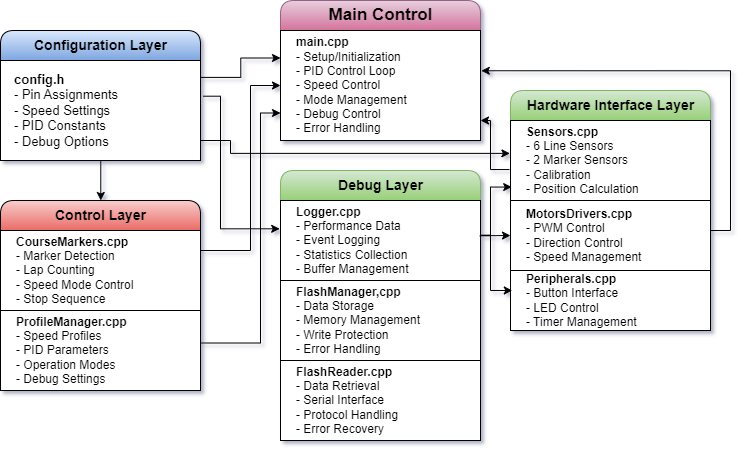
Above: Docs/_output/images/blockDiag.png in frankalcantara/LineFollower (draw.io), before the change. Source tidied: cells renumbered, new cells last; positions are measured from the earlier drawing's top-left corner, leaving out a move shared by most shapes.
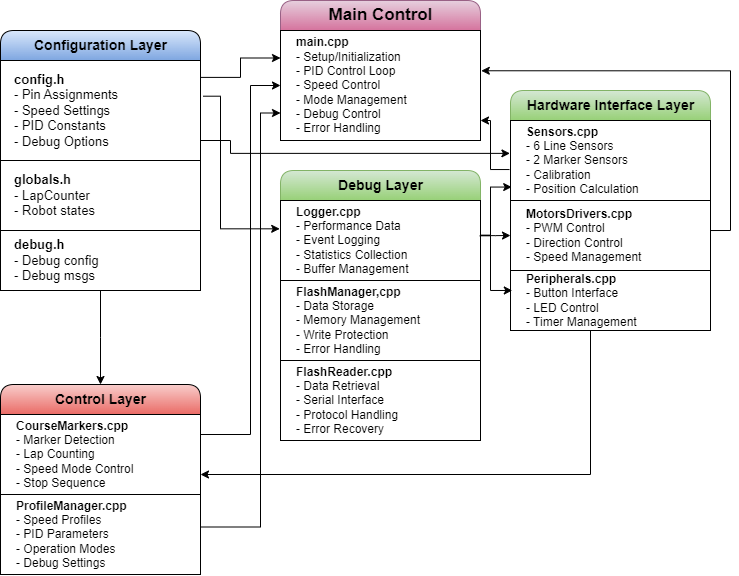
Above is the later version.

What changed in the source:
```diff
@@ -3,124 +3,137 @@
     <mxCell id="0" />
     <mxCell id="1" parent="0" />
     <mxCell id="2" value="Configuration Layer" style="swimlane;fontStyle=1;horizontal=1;startSize=30;fillColor=#dae8fc;html=1;gradientColor=#7ea6e0;strokeColor=default;fontSize=14;shadow=0;rounded=1;" parent="1" vertex="1">
-      <mxGeometry y="30" width="200" height="130" as="geometry" />
+      <mxGeometry y="30" width="200" height="260" as="geometry" />
     </mxCell>
     <mxCell id="3" value="&lt;b&gt;config.h&lt;br&gt;&lt;/b&gt;- Pin Assignments&lt;br&gt;- Speed Settings&lt;br&gt;- PID Constants&lt;br&gt;- Debug Options" style="rounded=0;whiteSpace=wrap;html=1;align=left;spacingLeft=12;fontSize=13;" parent="2" vertex="1">
       <mxGeometry y="30" width="200" height="100" as="geometry" />
     </mxCell>
-    <mxCell id="4" value="Hardware Interface Layer" style="swimlane;fontStyle=1;horizontal=1;startSize=30;fillColor=#d5e8d4;html=1;gradientColor=#97d077;strokeColor=#82b366;fontSize=14;rounded=1;" parent="1" vertex="1">
-      <mxGeometry x="510" y="90" width="200" height="240" as="geometry" />
+    <mxCell id="4" value="&lt;b style=&quot;border-color: var(--border-color);&quot;&gt;globals.h&lt;br style=&quot;border-color: var(--border-color);&quot;&gt;&lt;/b&gt;- LapCounter&lt;br style=&quot;border-color: var(--border-color);&quot;&gt;- Robot states" style="rounded=0;whiteSpace=wrap;html=1;align=left;spacingLeft=12;fontSize=13;" parent="2" vertex="1">
+      <mxGeometry y="130" width="200" height="70" as="geometry" />
     </mxCell>
-    <mxCell id="5" value="&lt;b&gt;Sensors.cpp&lt;/b&gt;&lt;br&gt;- 6 Line Sensors&lt;br&gt;- 2 Marker Sensors&lt;br&gt;- Calibration&lt;br&gt;- Position Calculation" style="rounded=0;whiteSpace=wrap;html=1;align=left;spacingLeft=14;" parent="4" vertex="1">
-      <mxGeometry y="30" width="200" height="80" as="geometry" />
+    <mxCell id="5" value="&lt;b style=&quot;border-color: var(--border-color);&quot;&gt;debug.h&lt;br style=&quot;border-color: var(--border-color);&quot;&gt;&lt;/b&gt;- Debug config&lt;br style=&quot;border-color: var(--border-color);&quot;&gt;- Debug msgs&amp;nbsp;" style="rounded=0;whiteSpace=wrap;html=1;align=left;spacingLeft=12;fontSize=13;" parent="2" vertex="1">
+      <mxGeometry y="200" width="200" height="60" as="geometry" />
     </mxCell>
-    <mxCell id="6" value="&lt;b&gt;MotorsDrivers.cpp&lt;/b&gt;&lt;br&gt;- PWM Control&lt;br&gt;- Direction Control&lt;br&gt;- Speed Management" style="rounded=0;whiteSpace=wrap;html=1;align=left;spacingLeft=14;" parent="4" vertex="1">
-      <mxGeometry y="110" width="200" height="70" as="geometry" />
+    <mxCell id="6" value="Hardware Interface Layer" style="swimlane;fontStyle=1;horizontal=1;startSize=30;fillColor=#d5e8d4;html=1;gradientColor=#97d077;strokeColor=#82b366;fontSize=14;rounded=1;" parent="1" vertex="1">
+      <mxGeometry x="510" y="90" width="200" height="240" as="geometry" />
     </mxCell>
-    <mxCell id="7" value="&lt;b&gt;Peripherals.cpp&lt;br&gt;&lt;/b&gt;- Button Interface&lt;br&gt;- LED Control&lt;br&gt;- Timer Management" style="rounded=0;whiteSpace=wrap;html=1;align=left;spacingLeft=14;" parent="4" vertex="1">
-      <mxGeometry y="180" width="200" height="60" as="geometry" />
+    <mxCell id="7" value="&lt;b&gt;Sensors.cpp&lt;/b&gt;&lt;br&gt;- 6 Line Sensors&lt;br&gt;- 2 Marker Sensors&lt;br&gt;- Calibration&lt;br&gt;- Position Calculation" style="rounded=0;whiteSpace=wrap;html=1;align=left;spacingLeft=14;" parent="6" vertex="1">
+      <mxGeometry y="30" width="200" height="80" as="geometry" />
     </mxCell>
-    <mxCell id="8" value="Control Layer" style="swimlane;fontStyle=1;horizontal=1;startSize=30;fillColor=#f8cecc;html=1;gradientColor=#ea6b66;strokeColor=default;fontSize=14;rounded=1;" parent="1" vertex="1">
-      <mxGeometry y="200" width="200" height="190" as="geometry" />
+    <mxCell id="8" value="&lt;b&gt;MotorsDrivers.cpp&lt;/b&gt;&lt;br&gt;- PWM Control&lt;br&gt;- Direction Control&lt;br&gt;- Speed Management" style="rounded=0;whiteSpace=wrap;html=1;align=left;spacingLeft=14;" parent="6" vertex="1">
+      <mxGeometry y="110" width="200" height="70" as="geometry" />
     </mxCell>
-    <mxCell id="9" value="&lt;b&gt;CourseMarkers.cpp&lt;br&gt;&lt;/b&gt;- Marker Detection&lt;br&gt;- Lap Counting&lt;br&gt;- Speed Mode Control&lt;br&gt;- Stop Sequence" style="rounded=0;whiteSpace=wrap;html=1;align=left;spacingLeft=14;" parent="8" vertex="1">
-      <mxGeometry y="30" width="200" height="80" as="geometry" />
+    <mxCell id="9" value="&lt;b&gt;Peripherals.cpp&lt;br&gt;&lt;/b&gt;- Button Interface&lt;br&gt;- LED Control&lt;br&gt;- Timer Management" style="rounded=0;whiteSpace=wrap;html=1;align=left;spacingLeft=14;" parent="6" vertex="1">
+      <mxGeometry y="180" width="200" height="60" as="geometry" />
     </mxCell>
-    <mxCell id="10" value="&lt;b&gt;ProfileManager.cpp&lt;/b&gt;&lt;br&gt;- Speed Profiles&lt;br&gt;- PID Parameters&lt;br&gt;- Operation Modes&lt;br&gt;- Debug Settings" style="rounded=0;whiteSpace=wrap;html=1;align=left;spacingLeft=14;" parent="8" vertex="1">
-      <mxGeometry y="110" width="200" height="80" as="geometry" />
+    <mxCell id="10" value="Control Layer" style="swimlane;fontStyle=1;horizontal=1;startSize=30;fillColor=#f8cecc;html=1;gradientColor=#ea6b66;strokeColor=default;fontSize=14;rounded=1;" parent="1" vertex="1">
+      <mxGeometry y="384" width="200" height="190" as="geometry" />
     </mxCell>
-    <mxCell id="11" value="Debug Layer" style="swimlane;fontStyle=1;horizontal=1;startSize=30;fillColor=#d5e8d4;html=1;gradientColor=#97d077;strokeColor=#82b366;fontSize=14;rounded=1;" parent="1" vertex="1">
-      <mxGeometry x="280" y="170" width="200" height="270" as="geometry" />
+    <mxCell id="11" value="&lt;b&gt;CourseMarkers.cpp&lt;br&gt;&lt;/b&gt;- Marker Detection&lt;br&gt;- Lap Counting&lt;br&gt;- Speed Mode Control&lt;br&gt;- Stop Sequence" style="rounded=0;whiteSpace=wrap;html=1;align=left;spacingLeft=14;" parent="10" vertex="1">
+      <mxGeometry y="30" width="200" height="80" as="geometry" />
     </mxCell>
-    <mxCell id="12" value="&lt;b&gt;Logger.cpp&lt;/b&gt;&lt;br&gt;- Performance Data&lt;br&gt;- Event Logging&lt;br&gt;- Statistics Collection&lt;br&gt;- Buffer Management" style="rounded=0;whiteSpace=wrap;html=1;align=left;spacingLeft=14;" parent="11" vertex="1">
-      <mxGeometry y="30" width="200" height="80" as="geometry" />
+    <mxCell id="12" value="&lt;b&gt;ProfileManager.cpp&lt;/b&gt;&lt;br&gt;- Speed Profiles&lt;br&gt;- PID Parameters&lt;br&gt;- Operation Modes&lt;br&gt;- Debug Settings" style="rounded=0;whiteSpace=wrap;html=1;align=left;spacingLeft=14;" parent="10" vertex="1">
+      <mxGeometry y="110" width="200" height="80" as="geometry" />
     </mxCell>
-    <mxCell id="13" value="&lt;b&gt;FlashManager,cpp&lt;/b&gt;&lt;br&gt;- Data Storage&lt;br&gt;- Memory Management&lt;br&gt;- Write Protection&lt;br&gt;- Error Handling" style="rounded=0;whiteSpace=wrap;html=1;align=left;spacingLeft=14;" parent="11" vertex="1">
-      <mxGeometry y="110" width="200" height="80" as="geometry" />
+    <mxCell id="13" value="Debug Layer" style="swimlane;fontStyle=1;horizontal=1;startSize=30;fillColor=#d5e8d4;html=1;gradientColor=#97d077;strokeColor=#82b366;fontSize=14;rounded=1;" parent="1" vertex="1">
+      <mxGeometry x="280" y="170" width="200" height="270" as="geometry" />
     </mxCell>
-    <mxCell id="14" value="&lt;b&gt;FlashReader.cpp&lt;/b&gt;&lt;br&gt;- Data Retrieval&lt;br&gt;- Serial Interface&lt;br&gt;- Protocol Handling&lt;br&gt;- Error Recovery" style="rounded=0;whiteSpace=wrap;html=1;align=left;spacingLeft=14;" parent="11" vertex="1">
-      <mxGeometry y="190" width="200" height="80" as="geometry" />
+    <mxCell id="14" value="&lt;b&gt;Logger.cpp&lt;/b&gt;&lt;br&gt;- Performance Data&lt;br&gt;- Event Logging&lt;br&gt;- Statistics Collection&lt;br&gt;- Buffer Management" style="rounded=0;whiteSpace=wrap;html=1;align=left;spacingLeft=14;" parent="13" vertex="1">
+      <mxGeometry y="30" width="200" height="80" as="geometry" />
     </mxCell>
-    <mxCell id="15" value="Main Control" style="swimlane;fontStyle=1;horizontal=1;startSize=30;fillColor=#e6d0de;html=1;swimlaneLine=0;gradientColor=#d5739d;strokeColor=#996185;fontSize=17;labelBorderColor=none;rounded=1;" parent="1" vertex="1">
-      <mxGeometry x="280" width="200" height="140" as="geometry" />
+    <mxCell id="15" value="&lt;b&gt;FlashManager,cpp&lt;/b&gt;&lt;br&gt;- Data Storage&lt;br&gt;- Memory Management&lt;br&gt;- Write Protection&lt;br&gt;- Error Handling" style="rounded=0;whiteSpace=wrap;html=1;align=left;spacingLeft=14;" parent="13" vertex="1">
+      <mxGeometry y="110" width="200" height="80" as="geometry" />
     </mxCell>
-    <mxCell id="16" value="&lt;b&gt;main.cpp&lt;/b&gt;&lt;br&gt;- Setup/Initialization&lt;br&gt;- PID Control Loop&lt;br&gt;- Speed Control&lt;br&gt;- Mode Management&lt;br&gt;- Debug Control&lt;br&gt;- Error Handling" style="rounded=0;whiteSpace=wrap;html=1;align=left;spacingLeft=14;" parent="15" vertex="1">
-      <mxGeometry y="30" width="200" height="110" as="geometry" />
+    <mxCell id="16" value="&lt;b&gt;FlashReader.cpp&lt;/b&gt;&lt;br&gt;- Data Retrieval&lt;br&gt;- Serial Interface&lt;br&gt;- Protocol Handling&lt;br&gt;- Error Recovery" style="rounded=0;whiteSpace=wrap;html=1;align=left;spacingLeft=14;" parent="13" vertex="1">
+      <mxGeometry y="190" width="200" height="80" as="geometry" />
     </mxCell>
-    <mxCell id="17" style="edgeStyle=elbowEdgeStyle;rounded=0;jettySize=auto;html=1;exitX=1.001;exitY=0.169;entryX=0;entryY=0.25;exitDx=0;exitDy=0;exitPerimeter=0;" parent="1" edge="1" source="3" target="16">
-      <mxGeometry relative="1" as="geometry" />
+    <mxCell id="17" value="Main Control" style="swimlane;fontStyle=1;horizontal=1;startSize=30;fillColor=#e6d0de;html=1;swimlaneLine=0;gradientColor=#d5739d;strokeColor=#996185;fontSize=17;labelBorderColor=none;rounded=1;" parent="1" vertex="1">
+      <mxGeometry x="280" width="200" height="140" as="geometry" />
     </mxCell>
-    <mxCell id="18" style="rounded=0;jettySize=auto;html=1;exitX=-0.005;exitY=0.613;exitDx=0;exitDy=0;exitPerimeter=0;edgeStyle=elbowEdgeStyle;" parent="1" edge="1" source="5">
-      <mxGeometry x="-0.14" y="5" relative="1" as="geometry">
-        <mxPoint x="480" y="120" as="targetPoint" />
-        <Array as="points">
-          <mxPoint x="490" y="160" />
-        </Array>
-      </mxGeometry>
+    <mxCell id="18" value="&lt;b&gt;main.cpp&lt;/b&gt;&lt;br&gt;- Setup/Initialization&lt;br&gt;- PID Control Loop&lt;br&gt;- Speed Control&lt;br&gt;- Mode Management&lt;br&gt;- Debug Control&lt;br&gt;- Error Handling" style="rounded=0;whiteSpace=wrap;html=1;align=left;spacingLeft=14;" parent="17" vertex="1">
+      <mxGeometry y="30" width="200" height="110" as="geometry" />
     </mxCell>
-    <mxCell id="19" style="edgeStyle=orthogonalEdgeStyle;rounded=0;jettySize=auto;html=1;exitX=1;exitY=0.429;entryX=1.004;entryY=0.366;entryDx=0;entryDy=0;entryPerimeter=0;exitDx=0;exitDy=0;exitPerimeter=0;" parent="1" edge="1" source="6" target="16">
-      <mxGeometry relative="1" as="geometry">
-        <Array as="points">
-          <mxPoint x="730" y="230" />
-          <mxPoint x="730" y="70" />
-        </Array>
-      </mxGeometry>
+    <mxCell id="19" style="edgeStyle=elbowEdgeStyle;rounded=0;jettySize=auto;html=1;exitX=1.001;exitY=0.169;entryX=0;entryY=0.25;exitDx=0;exitDy=0;exitPerimeter=0;" parent="1" edge="1" source="3" target="18">
+      <mxGeometry relative="1" as="geometry" />
     </mxCell>
-    <mxCell id="20" style="rounded=0;jettySize=auto;html=1;exitX=1;exitY=0.75;entryX=0;entryY=0.75;entryDx=0;entryDy=0;edgeStyle=elbowEdgeStyle;exitDx=0;exitDy=0;" parent="1" edge="1" source="8" target="16">
-      <mxGeometry relative="1" as="geometry">
+    <mxCell id="20" style="rounded=0;jettySize=auto;html=1;exitX=-0.005;exitY=0.613;exitDx=0;exitDy=0;exitPerimeter=0;edgeStyle=elbowEdgeStyle;" parent="1" edge="1" source="7">
+      <mxGeometry x="-0.14" y="5" relative="1" as="geometry">
+        <mxPoint x="480" y="120" as="targetPoint" />
         <Array as="points">
-          <mxPoint x="260" y="310" />
-          <mxPoint x="220" y="330" />
+          <mxPoint x="490" y="160" />
         </Array>
       </mxGeometry>
     </mxCell>
-    <mxCell id="21" style="edgeStyle=orthogonalEdgeStyle;rounded=0;jettySize=auto;html=1;exitX=0.5;exitY=1;entryX=0.5;entryY=0;" parent="1" edge="1" source="12" target="13">
-      <mxGeometry relative="1" as="geometry" />
+    <mxCell id="21" style="edgeStyle=orthogonalEdgeStyle;rounded=0;jettySize=auto;html=1;exitX=1;exitY=0.429;entryX=1.004;entryY=0.366;entryDx=0;entryDy=0;entryPerimeter=0;exitDx=0;exitDy=0;exitPerimeter=0;" parent="1" edge="1" source="8" target="18">
+      <mxGeometry relative="1" as="geometry">
+        <Array as="points">
+          <mxPoint x="730" y="230" />
+          <mxPoint x="730" y="70" />
+        </Array>
+      </mxGeometry>
     </mxCell>
-    <mxCell id="22" style="edgeStyle=orthogonalEdgeStyle;rounded=0;jettySize=auto;html=1;exitX=0.5;exitY=0;entryX=0.5;entryY=1;" parent="1" edge="1" source="14" target="13">
-      <mxGeometry relative="1" as="geometry" />
+    <mxCell id="22" style="rounded=0;jettySize=auto;html=1;exitX=1;exitY=0.75;entryX=0;entryY=0.75;entryDx=0;entryDy=0;edgeStyle=elbowEdgeStyle;exitDx=0;exitDy=0;" parent="1" edge="1" source="10" target="18">
+      <mxGeometry relative="1" as="geometry">
+        <Array as="points">
+          <mxPoint x="260" y="310" />
+          <mxPoint x="220" y="330" />
+        </Array>
+      </mxGeometry>
     </mxCell>
-    <mxCell id="23" style="edgeStyle=elbowEdgeStyle;rounded=0;jettySize=auto;html=1;exitX=1;exitY=0.25;entryX=0;entryY=0.5;entryDx=0;entryDy=0;exitDx=0;exitDy=0;" parent="1" edge="1" source="9" target="16">
-      <mxGeometry relative="1" as="geometry">
-        <Array as="points">
-          <mxPoint x="250" y="180" />
-        </Array>
-      </mxGeometry>
+    <mxCell id="23" style="edgeStyle=orthogonalEdgeStyle;rounded=0;jettySize=auto;html=1;exitX=0.5;exitY=1;entryX=0.5;entryY=0;" parent="1" edge="1" source="14" target="15">
+      <mxGeometry relative="1" as="geometry" />
     </mxCell>
-    <mxCell id="24" style="edgeStyle=elbowEdgeStyle;rounded=0;jettySize=auto;html=1;entryX=-0.004;entryY=0.354;entryDx=0;entryDy=0;entryPerimeter=0;fontSize=14;fontColor=#FCFCFC;exitX=1.013;exitY=0.357;exitDx=0;exitDy=0;exitPerimeter=0;" parent="1" edge="1" source="3" target="12">
-      <mxGeometry relative="1" as="geometry">
-        <Array as="points">
-          <mxPoint x="220" y="130" />
-        </Array>
-      </mxGeometry>
+    <mxCell id="24" style="edgeStyle=orthogonalEdgeStyle;rounded=0;jettySize=auto;html=1;exitX=0.5;exitY=0;entryX=0.5;entryY=1;" parent="1" edge="1" source="16" target="15">
+      <mxGeometry relative="1" as="geometry" />
     </mxCell>
-    <mxCell id="25" style="edgeStyle=elbowEdgeStyle;rounded=0;jettySize=auto;html=1;entryX=0.5;entryY=0;entryDx=0;entryDy=0;fontSize=14;fontColor=#FCFCFC;" parent="1" edge="1" source="3" target="8">
-      <mxGeometry relative="1" as="geometry" />
+    <mxCell id="25" style="edgeStyle=elbowEdgeStyle;rounded=0;jettySize=auto;html=1;exitX=1;exitY=0.25;entryX=0;entryY=0.5;entryDx=0;entryDy=0;exitDx=0;exitDy=0;" parent="1" edge="1" source="11" target="18">
+      <mxGeometry relative="1" as="geometry">
+        <Array as="points">
+          <mxPoint x="250" y="180" />
+        </Array>
+      </mxGeometry>
     </mxCell>
-    <mxCell id="26" style="edgeStyle=elbowEdgeStyle;rounded=0;jettySize=auto;html=1;entryX=0.006;entryY=0.832;entryDx=0;entryDy=0;entryPerimeter=0;fontSize=14;fontColor=#FCFCFC;exitX=0.999;exitY=0.433;exitDx=0;exitDy=0;exitPerimeter=0;" parent="1" edge="1" source="12" target="5">
+    <mxCell id="26" style="edgeStyle=elbowEdgeStyle;rounded=0;jettySize=auto;html=1;entryX=-0.004;entryY=0.354;entryDx=0;entryDy=0;entryPerimeter=0;fontSize=14;fontColor=#FCFCFC;exitX=1.013;exitY=0.357;exitDx=0;exitDy=0;exitPerimeter=0;" parent="1" edge="1" source="3" target="14">
       <mxGeometry relative="1" as="geometry">
         <Array as="points">
-          <mxPoint x="490" y="230" />
+          <mxPoint x="220" y="130" />
         </Array>
       </mxGeometry>
     </mxCell>
-    <mxCell id="27" style="edgeStyle=elbowEdgeStyle;rounded=0;jettySize=auto;html=1;entryX=0;entryY=0.5;entryDx=0;entryDy=0;fontSize=14;fontColor=#FCFCFC;exitX=0.999;exitY=0.439;exitDx=0;exitDy=0;exitPerimeter=0;" parent="1" edge="1" source="12" target="6">
+    <mxCell id="27" style="edgeStyle=elbowEdgeStyle;rounded=0;jettySize=auto;html=1;entryX=0.5;entryY=0;entryDx=0;entryDy=0;fontSize=14;fontColor=#FCFCFC;exitX=0.5;exitY=1;exitDx=0;exitDy=0;" parent="1" edge="1" source="5" target="10">
       <mxGeometry relative="1" as="geometry" />
     </mxCell>
-    <mxCell id="28" style="edgeStyle=elbowEdgeStyle;rounded=0;jettySize=auto;html=1;entryX=0.009;entryY=0.333;entryDx=0;entryDy=0;entryPerimeter=0;fontSize=14;fontColor=#FCFCFC;exitX=0.996;exitY=0.44;exitDx=0;exitDy=0;exitPerimeter=0;" parent="1" edge="1" source="12" target="7">
+    <mxCell id="28" style="edgeStyle=elbowEdgeStyle;rounded=0;jettySize=auto;html=1;entryX=0.006;entryY=0.832;entryDx=0;entryDy=0;entryPerimeter=0;fontSize=14;fontColor=#FCFCFC;exitX=0.999;exitY=0.433;exitDx=0;exitDy=0;exitPerimeter=0;" parent="1" edge="1" source="14" target="7">
       <mxGeometry relative="1" as="geometry">
         <Array as="points">
-          <mxPoint x="490" y="240" />
-          <mxPoint x="490" y="240" />
+          <mxPoint x="490" y="230" />
         </Array>
       </mxGeometry>
     </mxCell>
-    <mxCell id="29" style="edgeStyle=elbowEdgeStyle;rounded=0;jettySize=auto;html=1;entryX=-0.003;entryY=0.411;entryDx=0;entryDy=0;entryPerimeter=0;fontSize=14;fontColor=#FCFCFC;" parent="1" edge="1" source="3" target="5">
-      <mxGeometry relative="1" as="geometry">
-        <Array as="points">
-          <mxPoint x="230" y="140" />
-        </Array>
-      </mxGeometry>
+    <mxCell id="29" style="edgeStyle=elbowEdgeStyle;rounded=0;jettySize=auto;html=1;entryX=0;entryY=0.5;entryDx=0;entryDy=0;fontSize=14;fontColor=#FCFCFC;exitX=0.999;exitY=0.439;exitDx=0;exitDy=0;exitPerimeter=0;" parent="1" edge="1" source="14" target="8">
+      <mxGeometry relative="1" as="geometry" />
     </mxCell>
+    <mxCell id="30" style="edgeStyle=elbowEdgeStyle;rounded=0;jettySize=auto;html=1;entryX=0.009;entryY=0.333;entryDx=0;entryDy=0;entryPerimeter=0;fontSize=14;fontColor=#FCFCFC;exitX=0.996;exitY=0.44;exitDx=0;exitDy=0;exitPerimeter=0;" parent="1" edge="1" source="14" target="9">
+      <mxGeometry relative="1" as="geometry">
+        <Array as="points">
+          <mxPoint x="490" y="240" />
+          <mxPoint x="490" y="240" />
+        </Array>
+      </mxGeometry>
+    </mxCell>
+    <mxCell id="31" style="edgeStyle=elbowEdgeStyle;rounded=0;jettySize=auto;html=1;entryX=-0.003;entryY=0.411;entryDx=0;entryDy=0;entryPerimeter=0;fontSize=14;fontColor=#FCFCFC;" parent="1" edge="1" source="3" target="7">
+      <mxGeometry relative="1" as="geometry">
+        <Array as="points">
+          <mxPoint x="230" y="140" />
+        </Array>
+      </mxGeometry>
+    </mxCell>
+    <mxCell id="32" style="edgeStyle=elbowEdgeStyle;rounded=0;jettySize=auto;html=1;entryX=1;entryY=0.75;entryDx=0;entryDy=0;fontSize=14;fontColor=#FCFCFC;" parent="1" edge="1" source="9" target="11">
+      <mxGeometry relative="1" as="geometry">
+        <Array as="points">
+          <mxPoint x="590" y="410" />
+        </Array>
+      </mxGeometry>
+    </mxCell>
   </root>
 </mxGraphModel>
```
